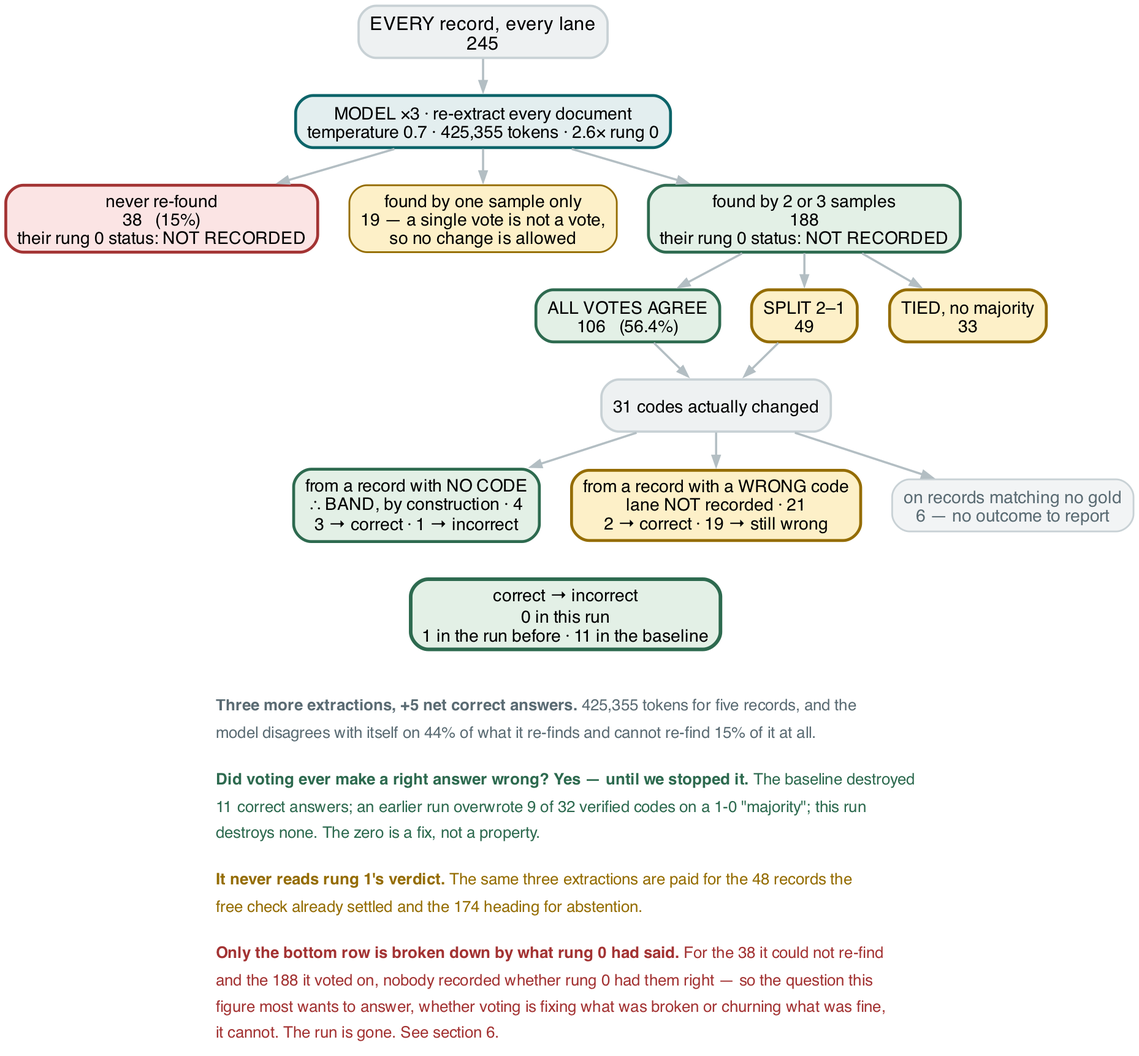
Earlier version of the Graphviz export docs/figures/fig16-rung3.png (wbagais/reliability-ladder). Its source is kept beside it as docs/figures/fig16-rung3.dot.
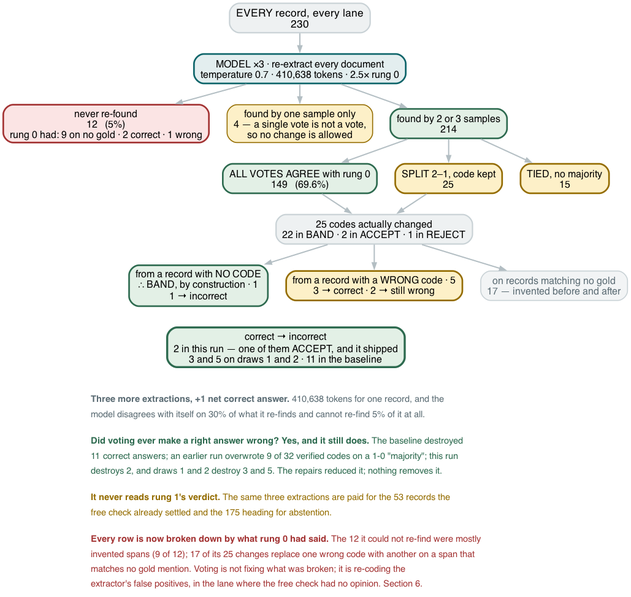
After the commit.

Diff of the diagram source:
```diff
@@ -4,29 +4,29 @@
         color="#c8d1d5" penwidth=1.2];
   edge [color="#b3bec3" penwidth=1.5 arrowsize=0.7 fontname="Helvetica" fontsize=10];
 
-  in [label="EVERY record, every lane\n245" fillcolor="#eef1f2" fontsize=13 penwidth=1.6];
-  s  [label="MODEL ×3 · re-extract every document\ntemperature 0.7 · 425,355 tokens · 2.6× rung 0"
+  in [label="EVERY record, every lane\n230" fillcolor="#eef1f2" fontsize=13 penwidth=1.6];
+  s  [label="MODEL ×3 · re-extract every document\ntemperature 0.7 · 410,638 tokens · 2.5× rung 0"
       fillcolor="#e3eeef" color="#0c6469" penwidth=2];
 
-  nf [label="never re-found\n38   (15%)\ntheir rung 0 status: NOT RECORDED" fillcolor="#fbe4e4" color="#a33333" penwidth=2];
-  one[label="found by one sample only\n19 — a single vote is not a vote,\nso no change is allowed"
+  nf [label="never re-found\n12   (5%)\nrung 0 had: 9 on no gold · 2 correct · 1 wrong" fillcolor="#fbe4e4" color="#a33333" penwidth=2];
+  one[label="found by one sample only\n4 — a single vote is not a vote,\nso no change is allowed"
       fillcolor="#fdf0c8" color="#946c00"];
-  two[label="found by 2 or 3 samples\n188\ntheir rung 0 status: NOT RECORDED" fillcolor="#e3f0e6" color="#2d6a4f" penwidth=2];
+  two[label="found by 2 or 3 samples\n214" fillcolor="#e3f0e6" color="#2d6a4f" penwidth=2];
 
-  un [label="ALL VOTES AGREE\n106   (56.4%)" fillcolor="#e3f0e6" color="#2d6a4f" penwidth=2];
-  sp [label="SPLIT 2–1\n49" fillcolor="#fdf0c8" color="#946c00" penwidth=2];
-  ti [label="TIED, no majority\n33" fillcolor="#fdf0c8" color="#946c00" penwidth=2];
+  un [label="ALL VOTES AGREE with rung 0\n149   (69.6%)" fillcolor="#e3f0e6" color="#2d6a4f" penwidth=2];
+  sp [label="SPLIT 2–1, code kept\n25" fillcolor="#fdf0c8" color="#946c00" penwidth=2];
+  ti [label="TIED, no majority\n15" fillcolor="#fdf0c8" color="#946c00" penwidth=2];
 
-  ch [label="31 codes actually changed" fillcolor="#eef1f2" penwidth=1.6];
+  ch [label="25 codes actually changed\n22 in BAND · 2 in ACCEPT · 1 in REJECT" fillcolor="#eef1f2" penwidth=1.6];
 
-  band [label="from a record with NO CODE\n∴ BAND, by construction · 4\n3 → correct · 1 → incorrect"
+  band [label="from a record with NO CODE\n∴ BAND, by construction · 1\n1 → incorrect"
         fillcolor="#e3f0e6" color="#2d6a4f" penwidth=2];
-  unk  [label="from a record with a WRONG code\nlane NOT recorded · 21\n2 → correct · 19 → still wrong"
+  unk  [label="from a record with a WRONG code · 5\n3 → correct · 2 → still wrong"
         fillcolor="#fdf0c8" color="#946c00" penwidth=2];
-  nog  [label="on records matching no gold\n6 — no outcome to report"
+  nog  [label="on records matching no gold\n17 — invented before and after"
         fillcolor="#f2f4f5" fontcolor="#5a6b73"];
 
-  safe [label="correct → incorrect\n0 in this run\n1 in the run before · 11 in the baseline"
+  safe [label="correct → incorrect\n2 in this run — one of them ACCEPT, and it shipped\n3 and 5 on draws 1 and 2 · 11 in the baseline"
         fillcolor="#e3f0e6" color="#2d6a4f" penwidth=2.5];
 
   in -> s; s -> nf; s -> one; s -> two;
@@ -40,20 +40,20 @@
 
   note [shape=plaintext style="" fillcolor="white"
         label=<<TABLE BORDER="0" CELLBORDER="0" CELLSPACING="0" CELLPADDING="3">
-        <TR><TD ALIGN="LEFT"><FONT POINT-SIZE="11" COLOR="#5a6b73"><B>Three more extractions, +5 net correct answers.</B> 425,355 tokens for five records, and the</FONT></TD></TR>
-        <TR><TD ALIGN="LEFT"><FONT POINT-SIZE="11" COLOR="#5a6b73">model disagrees with itself on 44% of what it re-finds and cannot re-find 15% of it at all.</FONT></TD></TR>
+        <TR><TD ALIGN="LEFT"><FONT POINT-SIZE="11" COLOR="#5a6b73"><B>Three more extractions, +1 net correct answer.</B> 410,638 tokens for one record, and the</FONT></TD></TR>
+        <TR><TD ALIGN="LEFT"><FONT POINT-SIZE="11" COLOR="#5a6b73">model disagrees with itself on 30% of what it re-finds and cannot re-find 5% of it at all.</FONT></TD></TR>
         <TR><TD ALIGN="LEFT"><FONT POINT-SIZE="8"> </FONT></TD></TR>
-        <TR><TD ALIGN="LEFT"><FONT POINT-SIZE="11" COLOR="#2d6a4f"><B>Did voting ever make a right answer wrong? Yes — until we stopped it.</B> The baseline destroyed</FONT></TD></TR>
+        <TR><TD ALIGN="LEFT"><FONT POINT-SIZE="11" COLOR="#2d6a4f"><B>Did voting ever make a right answer wrong? Yes, and it still does.</B> The baseline destroyed</FONT></TD></TR>
         <TR><TD ALIGN="LEFT"><FONT POINT-SIZE="11" COLOR="#2d6a4f">11 correct answers; an earlier run overwrote 9 of 32 verified codes on a 1-0 "majority"; this run</FONT></TD></TR>
-        <TR><TD ALIGN="LEFT"><FONT POINT-SIZE="11" COLOR="#2d6a4f">destroys none. The zero is a fix, not a property.</FONT></TD></TR>
+        <TR><TD ALIGN="LEFT"><FONT POINT-SIZE="11" COLOR="#2d6a4f">destroys 2, and draws 1 and 2 destroy 3 and 5. The repairs reduced it; nothing removes it.</FONT></TD></TR>
         <TR><TD ALIGN="LEFT"><FONT POINT-SIZE="8"> </FONT></TD></TR>
-        <TR><TD ALIGN="LEFT"><FONT POINT-SIZE="11" COLOR="#946c00"><B>It never reads rung 1's verdict.</B> The same three extractions are paid for the 48 records the</FONT></TD></TR>
-        <TR><TD ALIGN="LEFT"><FONT POINT-SIZE="11" COLOR="#946c00">free check already settled and the 174 heading for abstention.</FONT></TD></TR>
+        <TR><TD ALIGN="LEFT"><FONT POINT-SIZE="11" COLOR="#946c00"><B>It never reads rung 1's verdict.</B> The same three extractions are paid for the 53 records the</FONT></TD></TR>
+        <TR><TD ALIGN="LEFT"><FONT POINT-SIZE="11" COLOR="#946c00">free check already settled and the 175 heading for abstention.</FONT></TD></TR>
         <TR><TD ALIGN="LEFT"><FONT POINT-SIZE="8"> </FONT></TD></TR>
-        <TR><TD ALIGN="LEFT"><FONT POINT-SIZE="11" COLOR="#a33333"><B>Only the bottom row is broken down by what rung 0 had said.</B> For the 38 it could not re-find</FONT></TD></TR>
-        <TR><TD ALIGN="LEFT"><FONT POINT-SIZE="11" COLOR="#a33333">and the 188 it voted on, nobody recorded whether rung 0 had them right — so the question this</FONT></TD></TR>
-        <TR><TD ALIGN="LEFT"><FONT POINT-SIZE="11" COLOR="#a33333">figure most wants to answer, whether voting is fixing what was broken or churning what was fine,</FONT></TD></TR>
-        <TR><TD ALIGN="LEFT"><FONT POINT-SIZE="11" COLOR="#a33333">it cannot. The run is gone. See section 6.</FONT></TD></TR>
+        <TR><TD ALIGN="LEFT"><FONT POINT-SIZE="11" COLOR="#a33333"><B>Every row is now broken down by what rung 0 had said.</B> The 12 it could not re-find were mostly</FONT></TD></TR>
+        <TR><TD ALIGN="LEFT"><FONT POINT-SIZE="11" COLOR="#a33333">invented spans (9 of 12); 17 of its 25 changes replace one wrong code with another on a span that</FONT></TD></TR>
+        <TR><TD ALIGN="LEFT"><FONT POINT-SIZE="11" COLOR="#a33333">matches no gold mention. Voting is not fixing what was broken; it is re-coding the</FONT></TD></TR>
+        <TR><TD ALIGN="LEFT"><FONT POINT-SIZE="11" COLOR="#a33333">extractor's false positives, in the lane where the free check had no opinion. Section 6.</FONT></TD></TR>
         </TABLE>>];
   safe -> note [style=invis];
 }
```
